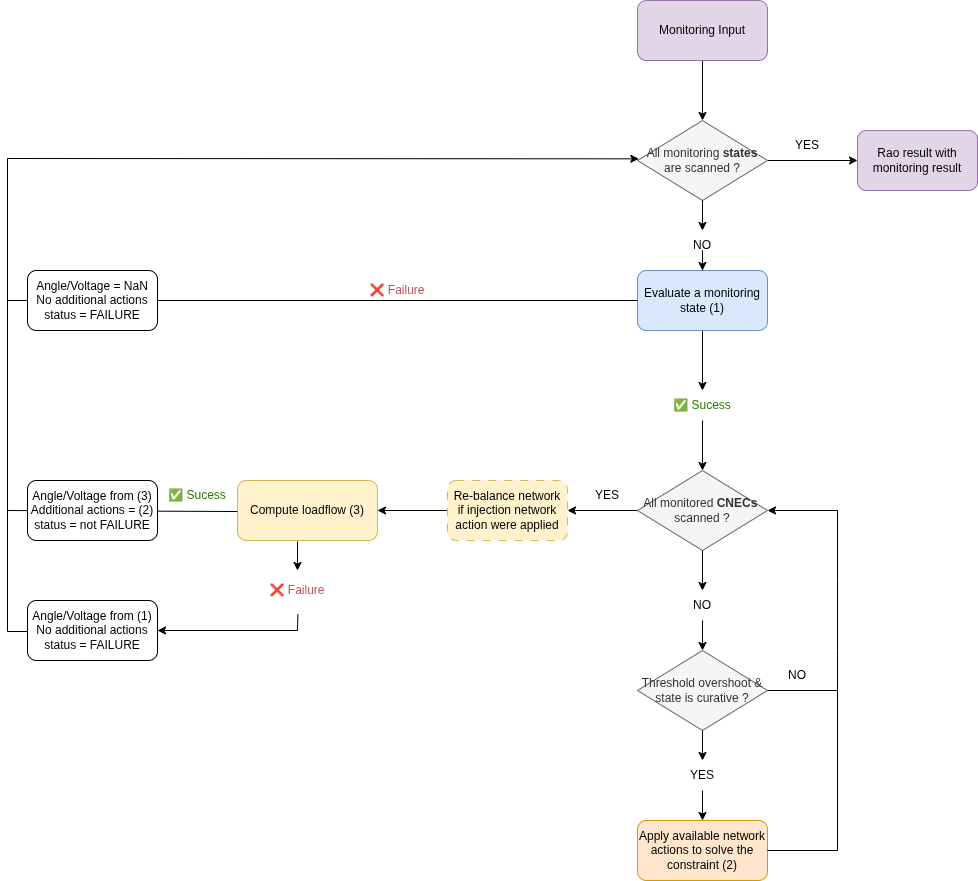
Above: docs/_static/img/monitoring-algo.png in powsybl/powsybl-open-rao (draw.io), before the change. Source tidied: cells renumbered, new cells last; positions are measured from the earlier drawing's top-left corner, leaving out a move shared by most shapes.
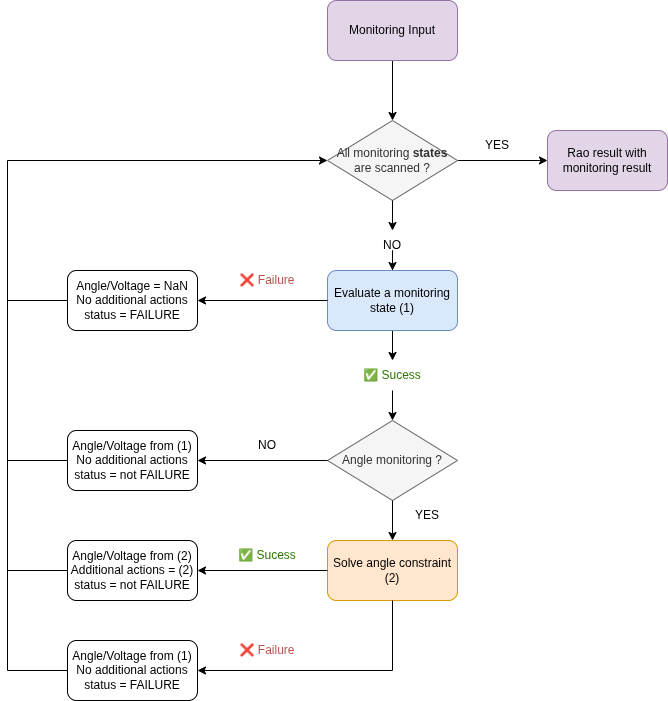
Above is the later version.

What changed in the source:
```diff
@@ -17,58 +17,23 @@
     <mxCell id="6" value="All monitoring &lt;b&gt;states&lt;/b&gt; are scanned ?" style="rhombus;whiteSpace=wrap;html=1;fillColor=#f5f5f5;fontColor=#333333;strokeColor=#666666;" parent="1" vertex="1">
       <mxGeometry x="630" y="120" width="130" height="80" as="geometry" />
     </mxCell>
-    <mxCell id="7" style="edgeStyle=orthogonalEdgeStyle;rounded=0;jettySize=auto;html=1;" parent="1" edge="1" source="8" target="18">
-      <mxGeometry relative="1" as="geometry" />
+    <mxCell id="7" style="edgeStyle=orthogonalEdgeStyle;rounded=0;jettySize=auto;html=1;" parent="1" edge="1" source="8">
+      <mxGeometry relative="1" as="geometry">
+        <mxPoint x="695" y="360" as="targetPoint" />
+      </mxGeometry>
     </mxCell>
     <mxCell id="8" value="Evaluate a monitoring state&amp;nbsp;&lt;span style=&quot;background-color: transparent; color: light-dark(rgb(0, 0, 0), rgb(255, 255, 255));&quot;&gt;(1)&lt;/span&gt;" style="rounded=1;whiteSpace=wrap;html=1;fillColor=#dae8fc;strokeColor=#6c8ebf;" parent="1" vertex="1">
       <mxGeometry x="630" y="270" width="130" height="60" as="geometry" />
     </mxCell>
-    <mxCell id="9" style="edgeStyle=orthogonalEdgeStyle;rounded=0;jettySize=auto;html=1;" parent="1" edge="1" source="30" target="12">
-      <mxGeometry relative="1" as="geometry" />
-    </mxCell>
-    <mxCell id="10" style="edgeStyle=orthogonalEdgeStyle;rounded=0;jettySize=auto;html=1;" parent="1" edge="1" source="11" target="32">
-      <mxGeometry relative="1" as="geometry" />
-    </mxCell>
-    <mxCell id="11" value="All monitored &lt;b&gt;CNECs&lt;/b&gt;&amp;nbsp;&lt;div&gt;scanned ?&lt;/div&gt;" style="rhombus;whiteSpace=wrap;html=1;fillColor=#f5f5f5;fontColor=#333333;strokeColor=#666666;" parent="1" vertex="1">
-      <mxGeometry x="630" y="470" width="130" height="80" as="geometry" />
-    </mxCell>
-    <mxCell id="12" value="Apply available network actions to solve the constraint (2)" style="rounded=1;whiteSpace=wrap;html=1;fillColor=#ffe6cc;strokeColor=#d79b00;" parent="1" vertex="1">
-      <mxGeometry x="630" y="820" width="130" height="60" as="geometry" />
-    </mxCell>
     <mxCell id="13" value="Rao result with monitoring result" style="rounded=1;whiteSpace=wrap;html=1;fillColor=#e1d5e7;strokeColor=#9673a6;" parent="1" vertex="1">
       <mxGeometry x="850" y="130" width="120" height="60" as="geometry" />
     </mxCell>
-    <mxCell id="14" style="endArrow=classic;html=1;rounded=0;exitX=1;exitY=0.5;exitDx=0;exitDy=0;exitPerimeter=0;" parent="1" edge="1" source="12">
-      <mxGeometry relative="1" as="geometry">
-        <mxPoint x="760" y="510" as="targetPoint" />
-        <Array as="points">
-          <mxPoint x="830" y="850" />
-          <mxPoint x="830" y="650" />
-          <mxPoint x="830" y="580" />
-          <mxPoint x="830" y="510" />
-        </Array>
-      </mxGeometry>
-    </mxCell>
-    <mxCell id="15" style="endArrow=none;html=1;rounded=0;exitX=0;exitY=0.5;exitDx=0;exitDy=0;exitPerimeter=0;" parent="1" edge="1" source="8">
-      <mxGeometry relative="1" as="geometry">
-        <mxPoint y="300" as="targetPoint" />
-      </mxGeometry>
-    </mxCell>
     <mxCell id="16" value="❌ Failure" style="text;html=1;whiteSpace=wrap;strokeColor=none;fillColor=none;align=center;verticalAlign=middle;rounded=0;fontStyle=0;fontColor=#B85450;" parent="1" vertex="1">
-      <mxGeometry x="350" y="270" width="80" height="40" as="geometry" />
+      <mxGeometry x="530" y="260" width="80" height="40" as="geometry" />
     </mxCell>
-    <mxCell id="17" style="edgeStyle=orthogonalEdgeStyle;rounded=0;jettySize=auto;html=1;" parent="1" edge="1" source="18" target="11">
-      <mxGeometry relative="1" as="geometry" />
-    </mxCell>
     <mxCell id="18" value="&lt;span style=&quot;color: rgb(45, 118, 0);&quot;&gt;✅ Sucess&lt;/span&gt;" style="text;html=1;whiteSpace=wrap;strokeColor=none;fillColor=none;align=center;verticalAlign=middle;rounded=0;" parent="1" vertex="1">
-      <mxGeometry x="665" y="390" width="60" height="30" as="geometry" />
+      <mxGeometry x="665" y="360" width="60" height="30" as="geometry" />
     </mxCell>
-    <mxCell id="19" style="edgeStyle=orthogonalEdgeStyle;rounded=0;jettySize=auto;html=1;" parent="1" edge="1" source="11" target="20">
-      <mxGeometry relative="1" as="geometry" />
-    </mxCell>
-    <mxCell id="20" value="NO" style="text;html=1;whiteSpace=wrap;strokeColor=none;fillColor=none;align=center;verticalAlign=middle;rounded=0;" parent="1" vertex="1">
-      <mxGeometry x="665" y="590" width="60" height="30" as="geometry" />
-    </mxCell>
     <mxCell id="21" style="edgeStyle=orthogonalEdgeStyle;rounded=0;jettySize=auto;html=1;" parent="1" edge="1" source="6" target="22">
       <mxGeometry relative="1" as="geometry" />
     </mxCell>
@@ -78,81 +43,80 @@
     <mxCell id="23" value="YES" style="text;html=1;whiteSpace=wrap;strokeColor=none;fillColor=none;align=center;verticalAlign=middle;rounded=0;" parent="1" vertex="1">
       <mxGeometry x="770" y="130" width="60" height="30" as="geometry" />
     </mxCell>
-    <mxCell id="24" value="Compute loadflow (3)" style="rounded=1;whiteSpace=wrap;html=1;fillColor=#fff2cc;strokeColor=#d6b656;" parent="1" vertex="1">
-      <mxGeometry x="230" y="480" width="140" height="60" as="geometry" />
-    </mxCell>
-    <mxCell id="25" style="edgeStyle=orthogonalEdgeStyle;rounded=0;jettySize=auto;html=1;" parent="1" edge="1" source="20" target="26">
-      <mxGeometry relative="1" as="geometry" />
-    </mxCell>
-    <mxCell id="26" value="Threshold overshoot &amp;amp; state is curative ?" style="rhombus;whiteSpace=wrap;html=1;fillColor=#f5f5f5;fontColor=#333333;strokeColor=#666666;" parent="1" vertex="1">
-      <mxGeometry x="630" y="650" width="130" height="80" as="geometry" />
-    </mxCell>
-    <mxCell id="27" style="endArrow=none;html=1;rounded=0;exitX=1;exitY=0.5;exitDx=0;exitDy=0;exitPerimeter=0;" parent="1" edge="1" source="26">
-      <mxGeometry relative="1" as="geometry">
-        <mxPoint x="830" y="690" as="targetPoint" />
-      </mxGeometry>
-    </mxCell>
-    <mxCell id="28" value="NO" style="text;html=1;whiteSpace=wrap;strokeColor=none;fillColor=none;align=center;verticalAlign=middle;rounded=0;" parent="1" vertex="1">
-      <mxGeometry x="760" y="660" width="60" height="30" as="geometry" />
-    </mxCell>
-    <mxCell id="29" style="edgeStyle=orthogonalEdgeStyle;rounded=0;jettySize=auto;html=1;" parent="1" edge="1" source="26" target="30">
-      <mxGeometry relative="1" as="geometry" />
-    </mxCell>
-    <mxCell id="30" value="YES" style="text;html=1;whiteSpace=wrap;strokeColor=none;fillColor=none;align=center;verticalAlign=middle;rounded=0;" parent="1" vertex="1">
-      <mxGeometry x="665" y="760" width="60" height="30" as="geometry" />
-    </mxCell>
-    <mxCell id="31" style="edgeStyle=orthogonalEdgeStyle;rounded=0;jettySize=auto;html=1;" parent="1" edge="1" source="32" target="24">
-      <mxGeometry relative="1" as="geometry" />
-    </mxCell>
-    <mxCell id="32" value="Re-balance network&lt;div&gt;&lt;font style=&quot;color: rgb(0, 0, 0);&quot;&gt;if injection network action were applied&lt;/font&gt;&lt;/div&gt;" style="rounded=1;whiteSpace=wrap;html=1;fillColor=#fff2cc;strokeColor=#d6b656;dashed=1;dashPattern=8 8;" parent="1" vertex="1">
-      <mxGeometry x="440" y="480" width="120" height="60" as="geometry" />
-    </mxCell>
-    <mxCell id="33" value="YES" style="text;html=1;whiteSpace=wrap;strokeColor=none;fillColor=none;align=center;verticalAlign=middle;rounded=0;" parent="1" vertex="1">
-      <mxGeometry x="570" y="480" width="60" height="30" as="geometry" />
-    </mxCell>
+    <mxCell id="41" value="Angle/Voltage = NaN&lt;div&gt;No additional actions&lt;/div&gt;&lt;div&gt;status = FAILURE&lt;/div&gt;" style="rounded=1;whiteSpace=wrap;html=1;" parent="1" vertex="1">
+      <mxGeometry x="370" y="270" width="130" height="60" as="geometry" />
+    </mxCell>
+    <mxCell id="43" value="Angle/Voltage from (1)&lt;div&gt;No additional actions&lt;/div&gt;&lt;div&gt;status = not FAILURE&lt;/div&gt;" style="rounded=1;whiteSpace=wrap;html=1;" parent="1" vertex="1">
+      <mxGeometry x="370" y="430" width="130" height="60" as="geometry" />
+    </mxCell>
+    <mxCell id="44" value="Angle monitoring ?" style="rhombus;whiteSpace=wrap;html=1;fillColor=#f5f5f5;fontColor=#333333;strokeColor=#666666;" parent="1" vertex="1">
+      <mxGeometry x="630" y="420" width="130" height="80" as="geometry" />
+    </mxCell>
+    <mxCell id="45" value="Solve angle constraint (2)" style="rounded=1;whiteSpace=wrap;html=1;fillColor=#ffe6cc;strokeColor=#d79b00;" parent="1" vertex="1">
+      <mxGeometry x="630" y="540" width="130" height="60" as="geometry" />
+    </mxCell>
+    <mxCell id="46" value="Angle/Voltage from (2)&lt;div&gt;Additional actions = (2)&lt;/div&gt;&lt;div&gt;status = not FAILURE&lt;/div&gt;" style="rounded=1;whiteSpace=wrap;html=1;" parent="1" vertex="1">
+      <mxGeometry x="370" y="540" width="130" height="60" as="geometry" />
+    </mxCell>
-    <mxCell id="34" value="Angle/Voltage from (1)&lt;div&gt;No additional actions&lt;/div&gt;&lt;div&gt;status = FAILURE&lt;/div&gt;" style="rounded=1;whiteSpace=wrap;html=1;" parent="1" vertex="1">
-      <mxGeometry x="20" y="600" width="130" height="60" as="geometry" />
+    <mxCell id="34" value="Angle/Voltage from (1)&lt;div&gt;&lt;span style=&quot;background-color: transparent; color: light-dark(rgb(0, 0, 0), rgb(255, 255, 255));&quot;&gt;No additional actions&lt;/span&gt;&lt;div&gt;status = FAILURE&lt;/div&gt;&lt;/div&gt;" style="rounded=1;whiteSpace=wrap;html=1;" parent="1" vertex="1">
+      <mxGeometry x="370" y="640" width="130" height="60" as="geometry" />
     </mxCell>
-    <mxCell id="35" style="endArrow=classic;html=1;rounded=0;entryX=0.01;entryY=0.479;entryDx=0;entryDy=0;entryPerimeter=0;exitX=-0.001;exitY=0.517;exitDx=0;exitDy=0;exitPerimeter=0;" parent="1" edge="1" source="24" target="6">
-      <mxGeometry relative="1" as="geometry">
-        <Array as="points">
-          <mxPoint y="510" />
-          <mxPoint y="158" />
-        </Array>
-      </mxGeometry>
-    </mxCell>
-    <mxCell id="36" style="endArrow=none;html=1;rounded=0;" parent="1" edge="1">
-      <mxGeometry relative="1" as="geometry">
-        <mxPoint x="20" y="631" as="sourcePoint" />
-        <mxPoint y="510" as="targetPoint" />
-        <Array as="points">
-          <mxPoint y="631" />
-        </Array>
-      </mxGeometry>
-    </mxCell>
-    <mxCell id="37" style="endArrow=classic;html=1;rounded=0;exitX=0.505;exitY=1.096;exitDx=0;exitDy=0;exitPerimeter=0;entryX=1;entryY=0.5;entryDx=0;entryDy=0;entryPerimeter=0;" parent="1" edge="1" source="40" target="34">
-      <mxGeometry relative="1" as="geometry">
-        <Array as="points">
-          <mxPoint x="290" y="630" />
-        </Array>
-      </mxGeometry>
-    </mxCell>
+    <mxCell id="40" value="❌ Failure" style="text;html=1;whiteSpace=wrap;strokeColor=none;fillColor=none;align=center;verticalAlign=middle;rounded=0;fontStyle=0;fontColor=#B85450;" parent="1" vertex="1">
+      <mxGeometry x="530" y="630" width="80" height="40" as="geometry" />
+    </mxCell>
     <mxCell id="38" value="&lt;span style=&quot;color: rgb(45, 118, 0);&quot;&gt;✅ Sucess&lt;/span&gt;" style="text;html=1;whiteSpace=wrap;strokeColor=none;fillColor=none;align=center;verticalAlign=middle;rounded=0;" parent="1" vertex="1">
-      <mxGeometry x="160" y="480" width="60" height="30" as="geometry" />
+      <mxGeometry x="540" y="540" width="60" height="30" as="geometry" />
     </mxCell>
-    <mxCell id="39" style="endArrow=classic;html=1;rounded=0;" parent="1" edge="1" target="40">
-      <mxGeometry relative="1" as="geometry">
-        <mxPoint x="290" y="541" as="sourcePoint" />
-      </mxGeometry>
-    </mxCell>
-    <mxCell id="40" value="❌ Failure" style="text;html=1;whiteSpace=wrap;strokeColor=none;fillColor=none;align=center;verticalAlign=middle;rounded=0;fontStyle=0;fontColor=#B85450;" parent="1" vertex="1">
-      <mxGeometry x="250" y="570" width="80" height="40" as="geometry" />
-    </mxCell>
-    <mxCell id="41" value="Angle/Voltage = NaN&lt;div&gt;No additional actions&lt;/div&gt;&lt;div&gt;status = FAILURE&lt;/div&gt;" style="rounded=1;whiteSpace=wrap;html=1;" parent="1" vertex="1">
-      <mxGeometry x="20" y="270" width="130" height="60" as="geometry" />
-    </mxCell>
-    <mxCell id="42" value="Angle/Voltage from (3)&lt;div&gt;Additional actions = (2)&lt;/div&gt;&lt;div&gt;status = not FAILURE&lt;/div&gt;" style="rounded=1;whiteSpace=wrap;html=1;" parent="1" vertex="1">
-      <mxGeometry x="20" y="480" width="130" height="60" as="geometry" />
-    </mxCell>
+    <mxCell id="47" style="endArrow=classic;html=1;rounded=0;exitX=0.5;exitY=1;exitDx=0;exitDy=0;" parent="1" edge="1" source="18" target="44">
+      <mxGeometry relative="1" as="geometry" />
+    </mxCell>
+    <mxCell id="48" style="endArrow=classic;html=1;rounded=0;exitX=0;exitY=0.5;exitDx=0;exitDy=0;entryX=1;entryY=0.5;entryDx=0;entryDy=0;" parent="1" edge="1" source="44" target="43">
+      <mxGeometry relative="1" as="geometry" />
+    </mxCell>
+    <mxCell id="49" style="endArrow=classic;html=1;rounded=0;exitX=0;exitY=0.5;exitDx=0;exitDy=0;entryX=1;entryY=0.5;entryDx=0;entryDy=0;" parent="1" edge="1" source="45" target="46">
+      <mxGeometry relative="1" as="geometry" />
+    </mxCell>
+    <mxCell id="50" style="endArrow=classic;html=1;rounded=0;exitX=0.5;exitY=1;exitDx=0;exitDy=0;entryX=0.5;entryY=0;entryDx=0;entryDy=0;" parent="1" edge="1" source="44" target="45">
+      <mxGeometry relative="1" as="geometry" />
+    </mxCell>
+    <mxCell id="51" style="endArrow=classic;html=1;rounded=0;exitX=0.5;exitY=1;exitDx=0;exitDy=0;entryX=1;entryY=0.5;entryDx=0;entryDy=0;" parent="1" edge="1" source="45" target="34">
+      <mxGeometry relative="1" as="geometry">
+        <Array as="points">
+          <mxPoint x="695" y="670" />
+        </Array>
+      </mxGeometry>
+    </mxCell>
+    <mxCell id="52" style="endArrow=classic;html=1;rounded=0;exitX=0;exitY=0.5;exitDx=0;exitDy=0;entryX=1;entryY=0.5;entryDx=0;entryDy=0;" parent="1" edge="1" source="8" target="41">
+      <mxGeometry relative="1" as="geometry" />
+    </mxCell>
+    <mxCell id="53" value="NO" style="text;html=1;whiteSpace=wrap;strokeColor=none;fillColor=none;align=center;verticalAlign=middle;rounded=0;" parent="1" vertex="1">
+      <mxGeometry x="540" y="430" width="60" height="30" as="geometry" />
+    </mxCell>
+    <mxCell id="54" value="YES" style="text;html=1;whiteSpace=wrap;strokeColor=none;fillColor=none;align=center;verticalAlign=middle;rounded=0;" parent="1" vertex="1">
+      <mxGeometry x="700" y="500" width="60" height="30" as="geometry" />
+    </mxCell>
+    <mxCell id="55" style="endArrow=classic;html=1;rounded=0;entryX=0;entryY=0.5;entryDx=0;entryDy=0;exitX=0;exitY=0.5;exitDx=0;exitDy=0;" parent="1" edge="1" source="34" target="6">
+      <mxGeometry relative="1" as="geometry">
+        <Array as="points">
+          <mxPoint x="310" y="670" />
+          <mxPoint x="310" y="160" />
+        </Array>
+      </mxGeometry>
+    </mxCell>
+    <mxCell id="56" style="endArrow=none;html=1;rounded=0;exitX=0;exitY=0.5;exitDx=0;exitDy=0;" parent="1" edge="1" source="46">
+      <mxGeometry relative="1" as="geometry">
+        <mxPoint x="310" y="570" as="targetPoint" />
+      </mxGeometry>
+    </mxCell>
+    <mxCell id="57" style="endArrow=none;html=1;rounded=0;exitX=0;exitY=0.5;exitDx=0;exitDy=0;" parent="1" edge="1" source="43">
+      <mxGeometry relative="1" as="geometry">
+        <mxPoint x="310" y="460" as="targetPoint" />
+      </mxGeometry>
+    </mxCell>
+    <mxCell id="58" style="endArrow=none;html=1;rounded=0;exitX=0;exitY=0.5;exitDx=0;exitDy=0;" parent="1" edge="1" source="41">
+      <mxGeometry relative="1" as="geometry">
+        <mxPoint x="310" y="300" as="targetPoint" />
+      </mxGeometry>
+    </mxCell>
   </root>
 </mxGraphModel>
```
